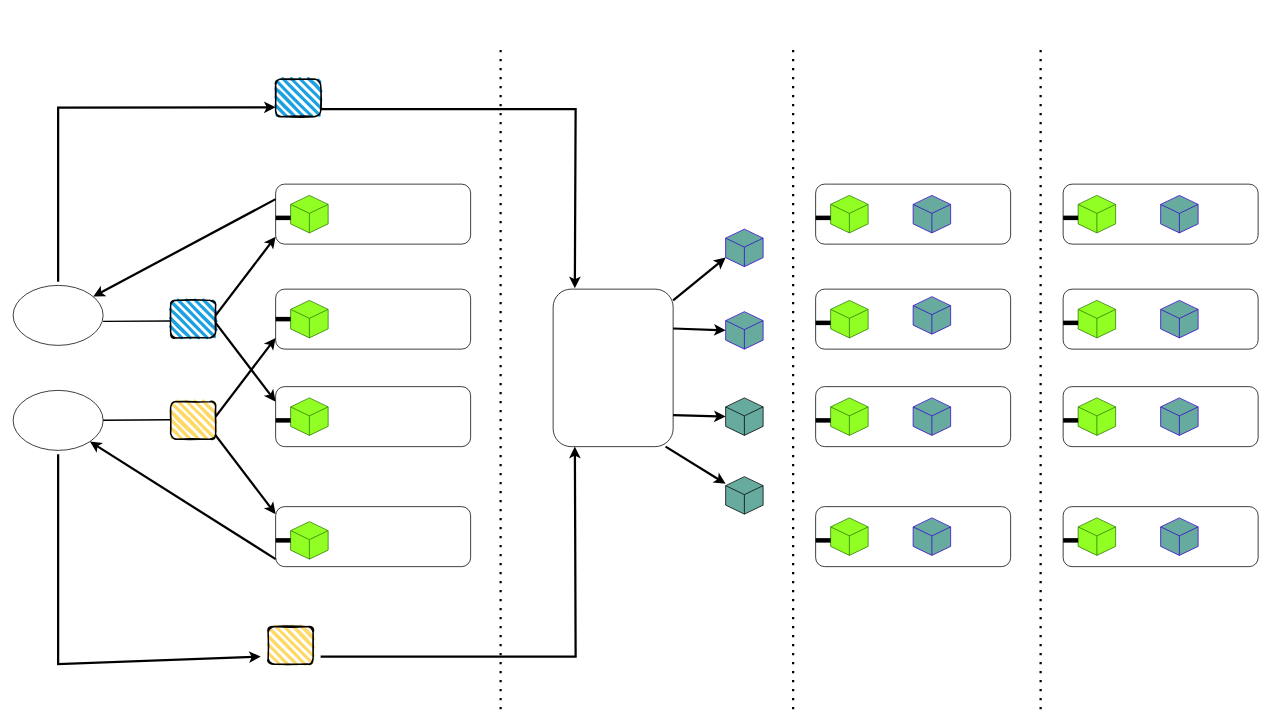
Earlier version of the draw.io diagram files/Fabric-Diagrams.drawio (Arif-Shahriar028/draw.io). Source tidied: cells renumbered, new cells numbered last; positions are measured from the earlier drawing's top-left corner, leaving out a move shared by most shapes. Both pictures are drawn from the tidied source at 75%, with x=0, y=0 at pixel (13, 49).
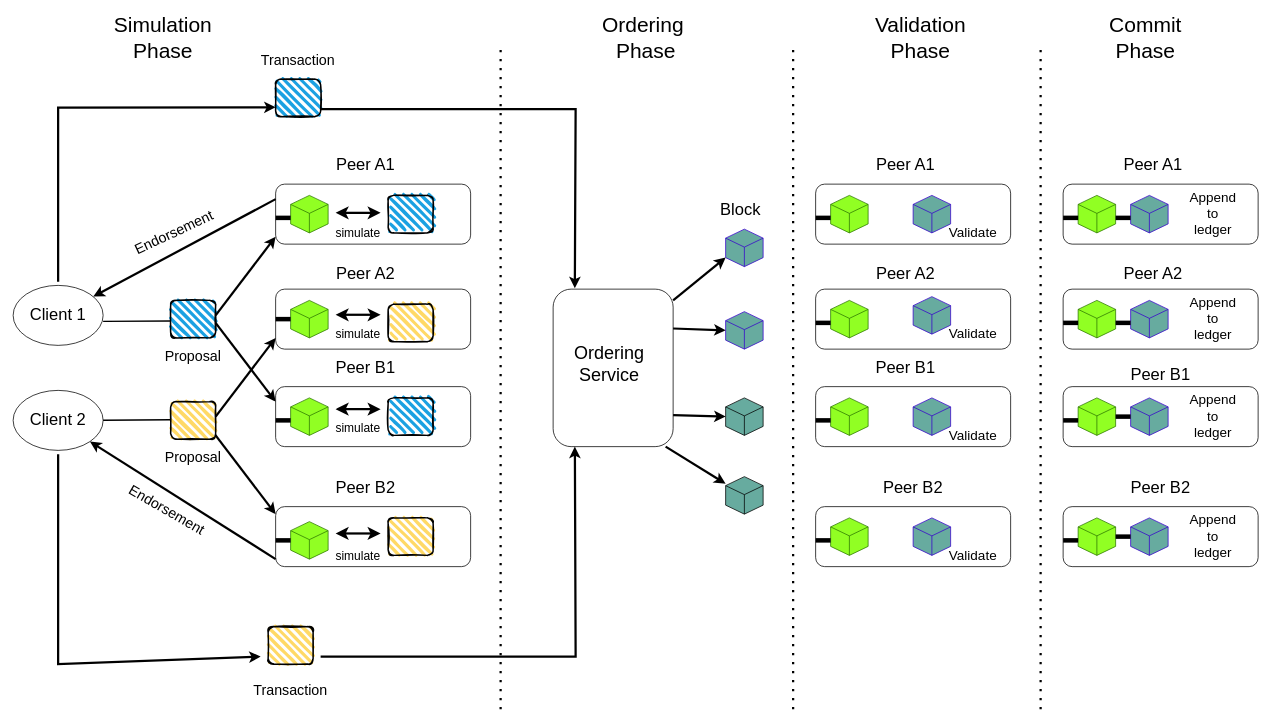
After the change.

Diff of the diagram source:
```diff
@@
     <mxCell id="63" style="html=1;whiteSpace=wrap;shape=isoCube2;backgroundOutline=1;isoAngle=15;fillColor=#67AB9F;fontColor=#ffffff;strokeColor=#3700CC;" parent="1" vertex="1">
-      <mxGeometry x="1530" y="195" width="50" height="50" as="geometry" />
+      <mxGeometry x="1490" y="195" width="50" height="50" as="geometry" />
     </mxCell>
@@
     <mxCell id="67" style="html=1;whiteSpace=wrap;shape=isoCube2;backgroundOutline=1;isoAngle=15;fillColor=#67AB9F;fontColor=#ffffff;strokeColor=#3700CC;" parent="1" vertex="1">
-      <mxGeometry x="1530" y="335" width="50" height="50" as="geometry" />
+      <mxGeometry x="1490" y="335" width="50" height="50" as="geometry" />
     </mxCell>
@@
     <mxCell id="71" style="html=1;whiteSpace=wrap;shape=isoCube2;backgroundOutline=1;isoAngle=15;fillColor=#67AB9F;fontColor=#ffffff;strokeColor=#3700CC;" parent="1" vertex="1">
-      <mxGeometry x="1530" y="465" width="50" height="50" as="geometry" />
+      <mxGeometry x="1490" y="465" width="50" height="50" as="geometry" />
     </mxCell>
@@
     <mxCell id="75" style="html=1;whiteSpace=wrap;shape=isoCube2;backgroundOutline=1;isoAngle=15;fillColor=#67AB9F;fontColor=#ffffff;strokeColor=#3700CC;" parent="1" vertex="1">
-      <mxGeometry x="1530" y="625" width="50" height="50" as="geometry" />
+      <mxGeometry x="1490" y="625" width="50" height="50" as="geometry" />
     </mxCell>
+    <mxCell id="76" style="rounded=1;whiteSpace=wrap;html=1;strokeWidth=2;fillWeight=4;hachureGap=8;hachureAngle=45;fillColor=#1ba1e2;sketch=1;" parent="1" vertex="1">
+      <mxGeometry x="500" y="195" width="60" height="50" as="geometry" />
+    </mxCell>
+    <mxCell id="77" style="rounded=1;whiteSpace=wrap;html=1;strokeWidth=2;fillWeight=4;hachureGap=8;hachureAngle=45;fillColor=#1ba1e2;sketch=1;" parent="1" vertex="1">
+      <mxGeometry x="500" y="465" width="60" height="50" as="geometry" />
+    </mxCell>
+    <mxCell id="78" style="rounded=1;whiteSpace=wrap;html=1;strokeWidth=2;fillWeight=4;hachureGap=8;hachureAngle=45;fillColor=#FFD966;sketch=1;" parent="1" vertex="1">
+      <mxGeometry x="500" y="340" width="60" height="50" as="geometry" />
+    </mxCell>
+    <mxCell id="79" style="rounded=1;whiteSpace=wrap;html=1;strokeWidth=2;fillWeight=4;hachureGap=8;hachureAngle=45;fillColor=#FFD966;sketch=1;" parent="1" vertex="1">
+      <mxGeometry x="500" y="625" width="60" height="50" as="geometry" />
+    </mxCell>
+    <mxCell id="80" value="&lt;font style=&quot;font-size: 22px;&quot;&gt;Client 1&lt;/font&gt;" style="text;strokeColor=none;fillColor=none;html=1;align=center;verticalAlign=middle;whiteSpace=wrap;rounded=0;fontSize=16;" parent="1" vertex="1">
+      <mxGeometry y="340" width="120" height="30" as="geometry" />
+    </mxCell>
+    <mxCell id="81" value="&lt;font style=&quot;font-size: 22px;&quot;&gt;Client 2&lt;/font&gt;" style="text;strokeColor=none;fillColor=none;html=1;align=center;verticalAlign=middle;whiteSpace=wrap;rounded=0;fontSize=16;" parent="1" vertex="1">
+      <mxGeometry y="480" width="120" height="30" as="geometry" />
+    </mxCell>
+    <mxCell id="82" value="&lt;font style=&quot;font-size: 19px;&quot;&gt;Proposal&lt;/font&gt;" style="text;html=1;strokeColor=none;fillColor=none;align=center;verticalAlign=middle;whiteSpace=wrap;rounded=0;fontSize=16;" parent="1" vertex="1">
+      <mxGeometry x="195" y="395" width="90" height="30" as="geometry" />
+    </mxCell>
+    <mxCell id="83" value="&lt;font style=&quot;font-size: 19px;&quot;&gt;Proposal&lt;/font&gt;" style="text;html=1;strokeColor=none;fillColor=none;align=center;verticalAlign=middle;whiteSpace=wrap;rounded=0;fontSize=16;" parent="1" vertex="1">
+      <mxGeometry x="195" y="530" width="90" height="30" as="geometry" />
+    </mxCell>
+    <mxCell id="84" value="&lt;font style=&quot;font-size: 19px;&quot;&gt;Endorsement&lt;br&gt;&lt;/font&gt;" style="text;html=1;strokeColor=none;fillColor=none;align=center;verticalAlign=middle;whiteSpace=wrap;rounded=0;fontSize=16;rotation=-25;" parent="1" vertex="1">
+      <mxGeometry x="160" y="230" width="110" height="30" as="geometry" />
+    </mxCell>
+    <mxCell id="85" value="&lt;font style=&quot;font-size: 19px;&quot;&gt;Endorsement&lt;br&gt;&lt;/font&gt;" style="text;html=1;strokeColor=none;fillColor=none;align=center;verticalAlign=middle;whiteSpace=wrap;rounded=0;fontSize=16;rotation=30;" parent="1" vertex="1">
+      <mxGeometry x="150" y="600" width="110" height="30" as="geometry" />
+    </mxCell>
+    <mxCell id="86" style="endArrow=classic;startArrow=classic;html=1;rounded=0;fontSize=12;startSize=8;endSize=8;curved=1;strokeWidth=3;" parent="1" edge="1">
+      <mxGeometry relative="1" as="geometry">
+        <mxPoint x="430" y="218.3" as="sourcePoint" />
+        <mxPoint x="490" y="218.3" as="targetPoint" />
+      </mxGeometry>
+    </mxCell>
+    <mxCell id="87" style="endArrow=classic;startArrow=classic;html=1;rounded=0;fontSize=12;startSize=8;endSize=8;curved=1;strokeWidth=3;" parent="1" edge="1">
+      <mxGeometry relative="1" as="geometry">
+        <mxPoint x="430" y="480" as="sourcePoint" />
+        <mxPoint x="490" y="480" as="targetPoint" />
+      </mxGeometry>
+    </mxCell>
+    <mxCell id="88" style="endArrow=classic;startArrow=classic;html=1;rounded=0;fontSize=12;startSize=8;endSize=8;curved=1;strokeWidth=3;" parent="1" edge="1">
+      <mxGeometry relative="1" as="geometry">
+        <mxPoint x="430" y="354.2" as="sourcePoint" />
+        <mxPoint x="490" y="354.2" as="targetPoint" />
+      </mxGeometry>
+    </mxCell>
+    <mxCell id="89" style="endArrow=classic;startArrow=classic;html=1;rounded=0;fontSize=12;startSize=8;endSize=8;curved=1;strokeWidth=3;" parent="1" edge="1">
+      <mxGeometry relative="1" as="geometry">
+        <mxPoint x="430" y="645.8" as="sourcePoint" />
+        <mxPoint x="490" y="645.8" as="targetPoint" />
+      </mxGeometry>
+    </mxCell>
+    <mxCell id="90" value="&lt;font style=&quot;font-size: 22px;&quot;&gt;Peer A1&lt;/font&gt;" style="text;strokeColor=none;fillColor=none;html=1;align=center;verticalAlign=middle;whiteSpace=wrap;rounded=0;fontSize=16;" parent="1" vertex="1">
+      <mxGeometry x="410" y="140" width="120" height="30" as="geometry" />
+    </mxCell>
+    <mxCell id="91" value="&lt;font style=&quot;font-size: 22px;&quot;&gt;Peer A2&lt;/font&gt;" style="text;strokeColor=none;fillColor=none;html=1;align=center;verticalAlign=middle;whiteSpace=wrap;rounded=0;fontSize=16;" parent="1" vertex="1">
+      <mxGeometry x="410" y="285" width="120" height="30" as="geometry" />
+    </mxCell>
+    <mxCell id="92" value="&lt;font style=&quot;font-size: 22px;&quot;&gt;Peer B1&lt;/font&gt;" style="text;strokeColor=none;fillColor=none;html=1;align=center;verticalAlign=middle;whiteSpace=wrap;rounded=0;fontSize=16;" parent="1" vertex="1">
+      <mxGeometry x="410" y="410" width="120" height="30" as="geometry" />
+    </mxCell>
+    <mxCell id="93" value="&lt;font style=&quot;font-size: 22px;&quot;&gt;Peer B2&lt;/font&gt;" style="text;strokeColor=none;fillColor=none;html=1;align=center;verticalAlign=middle;whiteSpace=wrap;rounded=0;fontSize=16;" parent="1" vertex="1">
+      <mxGeometry x="410" y="570" width="120" height="30" as="geometry" />
+    </mxCell>
+    <mxCell id="94" value="simulate" style="text;html=1;strokeColor=none;fillColor=none;align=center;verticalAlign=middle;whiteSpace=wrap;rounded=0;fontSize=16;" parent="1" vertex="1">
+      <mxGeometry x="430" y="230" width="60" height="30" as="geometry" />
+    </mxCell>
+    <mxCell id="95" value="simulate" style="text;html=1;strokeColor=none;fillColor=none;align=center;verticalAlign=middle;whiteSpace=wrap;rounded=0;fontSize=16;" parent="1" vertex="1">
+      <mxGeometry x="430" y="365" width="60" height="30" as="geometry" />
+    </mxCell>
+    <mxCell id="96" value="simulate" style="text;html=1;strokeColor=none;fillColor=none;align=center;verticalAlign=middle;whiteSpace=wrap;rounded=0;fontSize=16;" parent="1" vertex="1">
+      <mxGeometry x="430" y="490" width="60" height="30" as="geometry" />
+    </mxCell>
+    <mxCell id="97" value="simulate" style="text;html=1;strokeColor=none;fillColor=none;align=center;verticalAlign=middle;whiteSpace=wrap;rounded=0;fontSize=16;" parent="1" vertex="1">
+      <mxGeometry x="430" y="660" width="60" height="30" as="geometry" />
+    </mxCell>
+    <mxCell id="98" value="&lt;font style=&quot;font-size: 19px;&quot;&gt;Transaction&lt;/font&gt;" style="text;html=1;strokeColor=none;fillColor=none;align=center;verticalAlign=middle;whiteSpace=wrap;rounded=0;fontSize=16;" parent="1" vertex="1">
+      <mxGeometry x="350" width="60" height="30" as="geometry" />
+    </mxCell>
+    <mxCell id="99" value="&lt;font style=&quot;font-size: 19px;&quot;&gt;Transaction&lt;/font&gt;" style="text;html=1;strokeColor=none;fillColor=none;align=center;verticalAlign=middle;whiteSpace=wrap;rounded=0;fontSize=16;" parent="1" vertex="1">
+      <mxGeometry x="340" y="840" width="60" height="30" as="geometry" />
+    </mxCell>
+    <mxCell id="100" value="&lt;font style=&quot;font-size: 24px;&quot;&gt;Ordering&lt;br&gt;Service&lt;/font&gt;" style="text;html=1;strokeColor=none;fillColor=none;align=center;verticalAlign=middle;whiteSpace=wrap;rounded=0;fontSize=16;" parent="1" vertex="1">
+      <mxGeometry x="730" y="380" width="130" height="80" as="geometry" />
+    </mxCell>
+    <mxCell id="101" value="&lt;font style=&quot;font-size: 22px;&quot;&gt;Block&lt;/font&gt;" style="text;strokeColor=none;fillColor=none;html=1;align=center;verticalAlign=middle;whiteSpace=wrap;rounded=0;fontSize=16;" parent="1" vertex="1">
+      <mxGeometry x="910" y="200" width="120" height="30" as="geometry" />
+    </mxCell>
+    <mxCell id="102" value="&lt;font style=&quot;font-size: 22px;&quot;&gt;Peer A1&lt;/font&gt;" style="text;strokeColor=none;fillColor=none;html=1;align=center;verticalAlign=middle;whiteSpace=wrap;rounded=0;fontSize=16;" parent="1" vertex="1">
+      <mxGeometry x="1130" y="140" width="120" height="30" as="geometry" />
+    </mxCell>
+    <mxCell id="103" value="&lt;font style=&quot;font-size: 22px;&quot;&gt;Peer A2&lt;/font&gt;" style="text;strokeColor=none;fillColor=none;html=1;align=center;verticalAlign=middle;whiteSpace=wrap;rounded=0;fontSize=16;" parent="1" vertex="1">
+      <mxGeometry x="1130" y="285" width="120" height="30" as="geometry" />
+    </mxCell>
+    <mxCell id="104" value="&lt;font style=&quot;font-size: 22px;&quot;&gt;Peer B1&lt;/font&gt;" style="text;strokeColor=none;fillColor=none;html=1;align=center;verticalAlign=middle;whiteSpace=wrap;rounded=0;fontSize=16;" parent="1" vertex="1">
+      <mxGeometry x="1130" y="410" width="120" height="30" as="geometry" />
+    </mxCell>
+    <mxCell id="105" value="&lt;font style=&quot;font-size: 22px;&quot;&gt;Peer B2&lt;/font&gt;" style="text;strokeColor=none;fillColor=none;html=1;align=center;verticalAlign=middle;whiteSpace=wrap;rounded=0;fontSize=16;" parent="1" vertex="1">
+      <mxGeometry x="1140" y="570" width="120" height="30" as="geometry" />
+    </mxCell>
+    <mxCell id="106" value="&lt;font style=&quot;font-size: 22px;&quot;&gt;Peer A1&lt;/font&gt;" style="text;strokeColor=none;fillColor=none;html=1;align=center;verticalAlign=middle;whiteSpace=wrap;rounded=0;fontSize=16;" parent="1" vertex="1">
+      <mxGeometry x="1460" y="140" width="120" height="30" as="geometry" />
+    </mxCell>
+    <mxCell id="107" value="&lt;font style=&quot;font-size: 22px;&quot;&gt;Peer A2&lt;/font&gt;" style="text;strokeColor=none;fillColor=none;html=1;align=center;verticalAlign=middle;whiteSpace=wrap;rounded=0;fontSize=16;" parent="1" vertex="1">
+      <mxGeometry x="1460" y="285" width="120" height="30" as="geometry" />
+    </mxCell>
+    <mxCell id="108" value="&lt;font style=&quot;font-size: 22px;&quot;&gt;Peer B1&lt;/font&gt;" style="text;strokeColor=none;fillColor=none;html=1;align=center;verticalAlign=middle;whiteSpace=wrap;rounded=0;fontSize=16;" parent="1" vertex="1">
+      <mxGeometry x="1470" y="420" width="120" height="30" as="geometry" />
+    </mxCell>
+    <mxCell id="109" value="&lt;font style=&quot;font-size: 22px;&quot;&gt;Peer B2&lt;/font&gt;" style="text;strokeColor=none;fillColor=none;html=1;align=center;verticalAlign=middle;whiteSpace=wrap;rounded=0;fontSize=16;" parent="1" vertex="1">
+      <mxGeometry x="1470" y="570" width="120" height="30" as="geometry" />
+    </mxCell>
+    <mxCell id="110" value="&lt;font style=&quot;font-size: 18px;&quot;&gt;Validate&lt;/font&gt;" style="text;html=1;strokeColor=none;fillColor=none;align=center;verticalAlign=middle;whiteSpace=wrap;rounded=0;fontSize=16;" parent="1" vertex="1">
+      <mxGeometry x="1250" y="230" width="60" height="30" as="geometry" />
+    </mxCell>
+    <mxCell id="111" value="&lt;font style=&quot;font-size: 18px;&quot;&gt;Validate&lt;/font&gt;" style="text;html=1;strokeColor=none;fillColor=none;align=center;verticalAlign=middle;whiteSpace=wrap;rounded=0;fontSize=16;" parent="1" vertex="1">
+      <mxGeometry x="1250" y="365" width="60" height="30" as="geometry" />
+    </mxCell>
+    <mxCell id="112" value="&lt;font style=&quot;font-size: 18px;&quot;&gt;Validate&lt;/font&gt;" style="text;html=1;strokeColor=none;fillColor=none;align=center;verticalAlign=middle;whiteSpace=wrap;rounded=0;fontSize=16;" parent="1" vertex="1">
+      <mxGeometry x="1250" y="500" width="60" height="30" as="geometry" />
+    </mxCell>
+    <mxCell id="113" value="&lt;font style=&quot;font-size: 18px;&quot;&gt;Validate&lt;/font&gt;" style="text;html=1;strokeColor=none;fillColor=none;align=center;verticalAlign=middle;whiteSpace=wrap;rounded=0;fontSize=16;" parent="1" vertex="1">
+      <mxGeometry x="1250" y="660" width="60" height="30" as="geometry" />
+    </mxCell>
+    <mxCell id="114" style="line;strokeWidth=6;html=1;" parent="1" vertex="1">
+      <mxGeometry x="1470" y="220" width="20" height="10" as="geometry" />
+    </mxCell>
+    <mxCell id="115" style="line;strokeWidth=6;html=1;" parent="1" vertex="1">
+      <mxGeometry x="1470" y="355" width="20" height="20" as="geometry" />
+    </mxCell>
+    <mxCell id="116" style="line;strokeWidth=6;html=1;" parent="1" vertex="1">
+      <mxGeometry x="1470" y="485" width="20" height="10" as="geometry" />
+    </mxCell>
+    <mxCell id="117" style="line;strokeWidth=6;html=1;" parent="1" vertex="1">
+      <mxGeometry x="1470" y="645" width="20" height="10" as="geometry" />
+    </mxCell>
+    <mxCell id="118" value="&lt;font style=&quot;font-size: 18px;&quot;&gt;Append&lt;br&gt;to ledger&lt;br&gt;&lt;/font&gt;" style="text;html=1;strokeColor=none;fillColor=none;align=center;verticalAlign=middle;whiteSpace=wrap;rounded=0;fontSize=16;" parent="1" vertex="1">
+      <mxGeometry x="1570" y="205" width="60" height="30" as="geometry" />
+    </mxCell>
+    <mxCell id="119" style="edgeStyle=none;curved=1;rounded=0;orthogonalLoop=1;jettySize=auto;html=1;exitX=0.75;exitY=1;exitDx=0;exitDy=0;fontSize=12;startSize=8;endSize=8;" parent="1" edge="1" source="118" target="118">
+      <mxGeometry relative="1" as="geometry" />
+    </mxCell>
+    <mxCell id="120" value="&lt;font style=&quot;font-size: 18px;&quot;&gt;Append&lt;br&gt;to ledger&lt;br&gt;&lt;/font&gt;" style="text;html=1;strokeColor=none;fillColor=none;align=center;verticalAlign=middle;whiteSpace=wrap;rounded=0;fontSize=16;" parent="1" vertex="1">
+      <mxGeometry x="1570" y="345" width="60" height="30" as="geometry" />
+    </mxCell>
+    <mxCell id="121" value="&lt;font style=&quot;font-size: 18px;&quot;&gt;Append&lt;br&gt;to ledger&lt;br&gt;&lt;/font&gt;" style="text;html=1;strokeColor=none;fillColor=none;align=center;verticalAlign=middle;whiteSpace=wrap;rounded=0;fontSize=16;" parent="1" vertex="1">
+      <mxGeometry x="1570" y="475" width="60" height="30" as="geometry" />
+    </mxCell>
+    <mxCell id="122" value="&lt;font style=&quot;font-size: 18px;&quot;&gt;Append&lt;br&gt;to ledger&lt;br&gt;&lt;/font&gt;" style="text;html=1;strokeColor=none;fillColor=none;align=center;verticalAlign=middle;whiteSpace=wrap;rounded=0;fontSize=16;" parent="1" vertex="1">
+      <mxGeometry x="1570" y="635" width="60" height="30" as="geometry" />
+    </mxCell>
+    <mxCell id="123" value="&lt;font style=&quot;font-size: 28px;&quot;&gt;Simulation Phase&lt;/font&gt;" style="text;html=1;strokeColor=none;fillColor=none;align=center;verticalAlign=middle;whiteSpace=wrap;rounded=0;fontSize=16;" parent="1" vertex="1">
+      <mxGeometry x="170" y="-30" width="60" height="30" as="geometry" />
+    </mxCell>
+    <mxCell id="124" value="&lt;font style=&quot;font-size: 28px;&quot;&gt;Ordering&lt;br&gt;&amp;nbsp;Phase&lt;/font&gt;" style="text;html=1;strokeColor=none;fillColor=none;align=center;verticalAlign=middle;whiteSpace=wrap;rounded=0;fontSize=16;" parent="1" vertex="1">
+      <mxGeometry x="810" y="-30" width="60" height="30" as="geometry" />
+    </mxCell>
+    <mxCell id="125" value="&lt;font style=&quot;font-size: 28px;&quot;&gt;Validation Phase&lt;/font&gt;" style="text;html=1;strokeColor=none;fillColor=none;align=center;verticalAlign=middle;whiteSpace=wrap;rounded=0;fontSize=16;" parent="1" vertex="1">
+      <mxGeometry x="1180" y="-30" width="60" height="30" as="geometry" />
+    </mxCell>
+    <mxCell id="126" value="&lt;font style=&quot;font-size: 28px;&quot;&gt;Commit Phase&lt;/font&gt;" style="text;html=1;strokeColor=none;fillColor=none;align=center;verticalAlign=middle;whiteSpace=wrap;rounded=0;fontSize=16;" parent="1" vertex="1">
+      <mxGeometry x="1480" y="-30" width="60" height="30" as="geometry" />
+    </mxCell>
```
